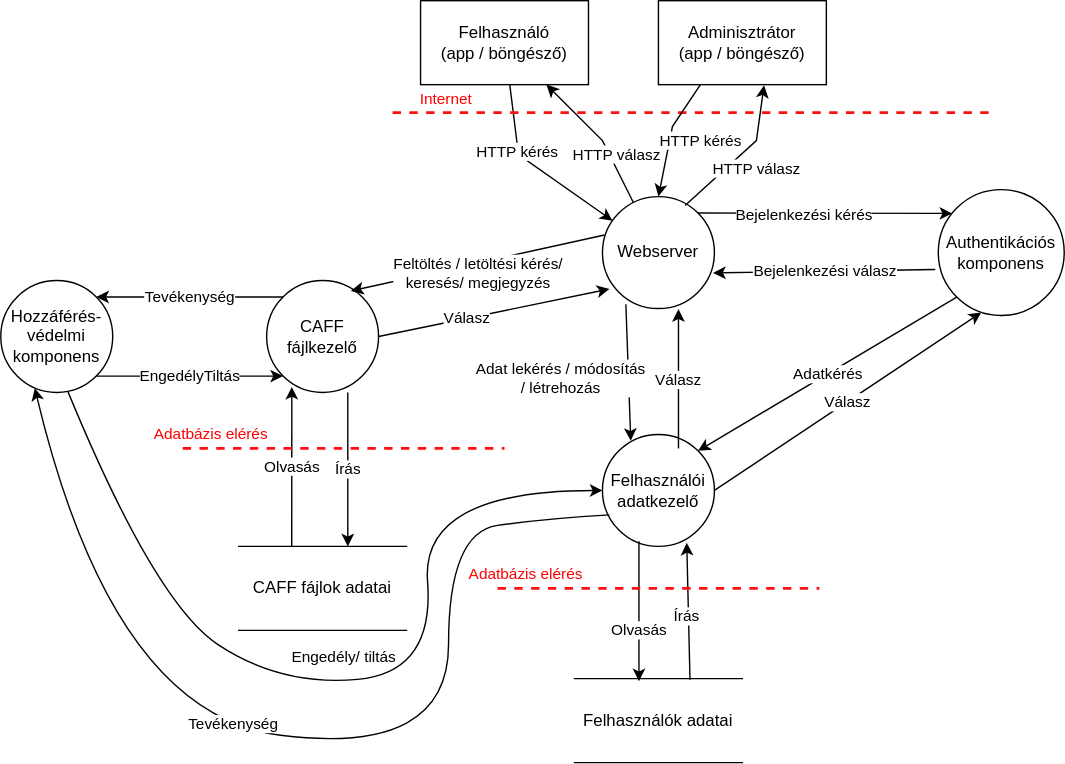
Fylota/hagyma_crysys keeps this draw.io diagram as Pictures/Data_flow_chart_with_Admin.svg. Above is the earlier version. Source tidied: cells renumbered, new cells last; positions are measured from the earlier drawing's top-left corner, leaving out a move shared by most shapes. Source of this version:
```xml
<mxGraphModel>
  <root>
    <mxCell id="0" />
    <mxCell id="1" parent="0" />
    <mxCell id="2" value="Webserver" style="ellipse;whiteSpace=wrap;html=1;fillColor=none;" parent="1" vertex="1">
      <mxGeometry x="430" y="140" width="80" height="80" as="geometry" />
    </mxCell>
    <mxCell id="3" value="Felhasználó&lt;br&gt;(app / böngésző)" style="rounded=0;whiteSpace=wrap;html=1;fillColor=none;" parent="1" vertex="1">
      <mxGeometry x="300" width="120" height="60" as="geometry" />
    </mxCell>
    <mxCell id="4" value="HTTP kérés" style="endArrow=classic;html=1;rounded=0;" parent="1" edge="1" source="3" target="2">
      <mxGeometry x="-0.28" y="-1" relative="1" as="geometry">
        <Array as="points">
          <mxPoint x="370" y="110" />
        </Array>
      </mxGeometry>
    </mxCell>
    <mxCell id="5" value="HTTP válasz" style="endArrow=classic;html=1;rounded=0;" parent="1" edge="1" source="2" target="3">
      <mxGeometry x="-0.32" y="-4" relative="1" as="geometry">
        <Array as="points">
          <mxPoint x="430" y="100" />
        </Array>
        <mxPoint x="1" as="offset" />
      </mxGeometry>
    </mxCell>
    <mxCell id="6" value="Authentikációs komponens" style="ellipse;whiteSpace=wrap;html=1;fillColor=none;" parent="1" vertex="1">
      <mxGeometry x="670" y="135" width="90" height="90" as="geometry" />
    </mxCell>
    <mxCell id="7" style="endArrow=classic;html=1;rounded=0;exitX=1;exitY=0;exitDx=0;exitDy=0;" parent="1" edge="1" source="2">
      <mxGeometry relative="1" as="geometry">
        <mxPoint x="680" y="152" as="targetPoint" />
      </mxGeometry>
    </mxCell>
    <mxCell id="8" value="Bejelenkezési kérés" style="edgeLabel;html=1;align=center;verticalAlign=middle;" parent="7" vertex="1">
      <mxGeometry x="-0.35" y="-1" relative="1" as="geometry">
        <mxPoint x="15" as="offset" />
      </mxGeometry>
    </mxCell>
    <mxCell id="9" value="Bejelenkezési válasz" style="endArrow=classic;html=1;rounded=0;exitX=-0.024;exitY=0.635;exitDx=0;exitDy=0;entryX=0.988;entryY=0.682;entryDx=0;entryDy=0;exitPerimeter=0;entryPerimeter=0;" parent="1" edge="1" source="6" target="2">
      <mxGeometry relative="1" as="geometry" />
    </mxCell>
    <mxCell id="10" value="CAFF fájlkezelő" style="ellipse;whiteSpace=wrap;html=1;fillColor=none;" parent="1" vertex="1">
      <mxGeometry x="190" y="200" width="80" height="80" as="geometry" />
    </mxCell>
    <mxCell id="11" style="endArrow=classic;html=1;rounded=0;entryX=0.753;entryY=0.093;entryDx=0;entryDy=0;exitX=0.018;exitY=0.343;exitDx=0;exitDy=0;exitPerimeter=0;entryPerimeter=0;" parent="1" edge="1" source="2" target="10">
      <mxGeometry relative="1" as="geometry" />
    </mxCell>
    <mxCell id="12" value="Feltöltés / letöltési kérés/ &lt;br&gt;keresés/ megjegyzés" style="edgeLabel;html=1;align=center;verticalAlign=middle;" parent="11" vertex="1">
      <mxGeometry x="0.34" relative="1" as="geometry">
        <mxPoint x="31" as="offset" />
      </mxGeometry>
    </mxCell>
    <mxCell id="13" style="endArrow=classic;html=1;rounded=0;exitX=1;exitY=0.5;exitDx=0;exitDy=0;entryX=0.063;entryY=0.825;entryDx=0;entryDy=0;entryPerimeter=0;" parent="1" edge="1" source="10" target="2">
      <mxGeometry relative="1" as="geometry" />
    </mxCell>
    <mxCell id="14" value="Válasz" style="edgeLabel;html=1;align=center;verticalAlign=middle;" parent="13" vertex="1">
      <mxGeometry x="-0.24" y="1" relative="1" as="geometry" />
    </mxCell>
    <mxCell id="15" value="Írás" style="endArrow=classic;html=1;rounded=0;exitX=0.725;exitY=1;exitDx=0;exitDy=0;exitPerimeter=0;" parent="1" edge="1" source="10">
      <mxGeometry relative="1" as="geometry">
        <mxPoint x="248" y="390" as="targetPoint" />
      </mxGeometry>
    </mxCell>
    <mxCell id="16" value="Olvasás" style="endArrow=classic;html=1;rounded=0;entryX=0.225;entryY=0.95;entryDx=0;entryDy=0;entryPerimeter=0;exitX=0.316;exitY=-0.003;exitDx=0;exitDy=0;exitPerimeter=0;" parent="1" edge="1" source="28" target="10">
      <mxGeometry relative="1" as="geometry" />
    </mxCell>
    <mxCell id="17" value="Hozzáférés-védelmi komponens" style="ellipse;whiteSpace=wrap;html=1;fillColor=none;" parent="1" vertex="1">
      <mxGeometry y="200" width="80" height="80" as="geometry" />
    </mxCell>
    <mxCell id="18" value="Tevékenység" style="endArrow=classic;html=1;rounded=0;exitX=0;exitY=0;exitDx=0;exitDy=0;entryX=1;entryY=0;entryDx=0;entryDy=0;" parent="1" edge="1" source="10" target="17">
      <mxGeometry relative="1" as="geometry" />
    </mxCell>
    <mxCell id="19" value="EngedélyTiltás" style="endArrow=classic;html=1;rounded=0;exitX=1;exitY=1;exitDx=0;exitDy=0;entryX=0;entryY=1;entryDx=0;entryDy=0;" parent="1" edge="1" source="17" target="10">
      <mxGeometry relative="1" as="geometry" />
    </mxCell>
    <mxCell id="20" value="&lt;font color=&quot;#ff0000&quot;&gt;Internet&lt;/font&gt;" style="endArrow=none;dashed=1;html=1;strokeWidth=2;rounded=0;strokeColor=#FF0F0F;" parent="1" edge="1">
      <mxGeometry x="-0.83" y="10" relative="1" as="geometry">
        <mxPoint x="280" y="80" as="sourcePoint" />
        <mxPoint x="710" y="80" as="targetPoint" />
        <Array as="points">
          <mxPoint x="380" y="80" />
        </Array>
      </mxGeometry>
    </mxCell>
    <mxCell id="21" value="&lt;font color=&quot;#000000&quot;&gt;Felhasználói adatkezelő&lt;/font&gt;" style="ellipse;whiteSpace=wrap;html=1;fontColor=#FF0000;fillColor=none;" parent="1" vertex="1">
      <mxGeometry x="430" y="310" width="80" height="80" as="geometry" />
    </mxCell>
    <mxCell id="22" value="Adatkérés" style="endArrow=classic;html=1;rounded=0;strokeColor=#050000;fontColor=#000000;entryX=1;entryY=0;entryDx=0;entryDy=0;exitX=0;exitY=1;exitDx=0;exitDy=0;" parent="1" edge="1" source="6" target="21">
      <mxGeometry relative="1" as="geometry" />
    </mxCell>
    <mxCell id="23" value="Válasz" style="endArrow=classic;html=1;rounded=0;strokeColor=#050000;fontColor=#000000;exitX=1;exitY=0.5;exitDx=0;exitDy=0;entryX=0.342;entryY=0.975;entryDx=0;entryDy=0;entryPerimeter=0;" parent="1" edge="1" source="21" target="6">
      <mxGeometry relative="1" as="geometry" />
    </mxCell>
    <mxCell id="24" value="Válasz" style="endArrow=classic;html=1;rounded=0;strokeColor=#050000;fontColor=#000000;entryX=0.679;entryY=1.005;entryDx=0;entryDy=0;entryPerimeter=0;exitX=0.679;exitY=0.125;exitDx=0;exitDy=0;exitPerimeter=0;" parent="1" edge="1" source="21" target="2">
      <mxGeometry relative="1" as="geometry" />
    </mxCell>
    <mxCell id="25" value="Adat lekérés / módosítás &lt;br&gt;/ létrehozás" style="endArrow=classic;html=1;rounded=0;strokeColor=#050000;fontColor=#000000;exitX=0.209;exitY=0.961;exitDx=0;exitDy=0;exitPerimeter=0;entryX=0.253;entryY=0.057;entryDx=0;entryDy=0;entryPerimeter=0;" parent="1" edge="1" source="2" target="21">
      <mxGeometry x="0.05" y="-49" relative="1" as="geometry" />
    </mxCell>
    <mxCell id="26" value="Olvasás" style="endArrow=classic;html=1;rounded=0;strokeColor=#050000;fontColor=#000000;exitX=0.326;exitY=0.954;exitDx=0;exitDy=0;exitPerimeter=0;entryX=0.384;entryY=0.031;entryDx=0;entryDy=0;entryPerimeter=0;" parent="1" edge="1" source="21" target="29">
      <mxGeometry x="0.27" relative="1" as="geometry" />
    </mxCell>
    <mxCell id="27" value="Írás" style="endArrow=classic;html=1;rounded=0;strokeColor=#050000;fontColor=#000000;entryX=0.753;entryY=0.968;entryDx=0;entryDy=0;entryPerimeter=0;exitX=0.688;exitY=0.012;exitDx=0;exitDy=0;exitPerimeter=0;" parent="1" edge="1" source="29" target="21">
      <mxGeometry x="-0.07" y="1" relative="1" as="geometry">
        <mxPoint y="-1" as="offset" />
      </mxGeometry>
    </mxCell>
    <mxCell id="28" value="CAFF fájlok adatai" style="rounded=0;whiteSpace=wrap;html=1;strokeColor=default;strokeWidth=1;fontColor=#000000;fillColor=none;shape=partialRectangle;left=0;right=0;" parent="1" vertex="1">
      <mxGeometry x="170" y="390" width="120" height="60" as="geometry" />
    </mxCell>
    <mxCell id="29" value="Felhasználók adatai" style="rounded=0;whiteSpace=wrap;html=1;strokeColor=default;strokeWidth=1;fontColor=#000000;fillColor=none;shape=partialRectangle;left=0;right=0;" parent="1" vertex="1">
      <mxGeometry x="410" y="484.5" width="120" height="60" as="geometry" />
    </mxCell>
    <mxCell id="30" value="&lt;font color=&quot;#ff0000&quot;&gt;Adatbázis elérés&lt;/font&gt;" style="endArrow=none;dashed=1;html=1;strokeWidth=2;rounded=0;strokeColor=#FF0F0F;" parent="1" edge="1">
      <mxGeometry x="-0.83" y="10" relative="1" as="geometry">
        <mxPoint x="355" y="420" as="sourcePoint" />
        <mxPoint x="585" y="420" as="targetPoint" />
        <Array as="points">
          <mxPoint x="455" y="420" />
        </Array>
      </mxGeometry>
    </mxCell>
    <mxCell id="31" value="&lt;font color=&quot;#ff0000&quot;&gt;Adatbázis elérés&lt;/font&gt;" style="endArrow=none;dashed=1;html=1;strokeWidth=2;rounded=0;strokeColor=#FF0F0F;" parent="1" edge="1">
      <mxGeometry x="-0.83" y="10" relative="1" as="geometry">
        <mxPoint x="130" y="320" as="sourcePoint" />
        <mxPoint x="360" y="320" as="targetPoint" />
        <Array as="points">
          <mxPoint x="230" y="320" />
        </Array>
      </mxGeometry>
    </mxCell>
    <mxCell id="32" value="Engedély/ tiltás" style="curved=1;endArrow=classic;html=1;rounded=0;strokeColor=#050000;fontColor=#000000;exitX=0.599;exitY=0.99;exitDx=0;exitDy=0;exitPerimeter=0;" parent="1" edge="1" source="17" target="21">
      <mxGeometry x="-0.01" y="17" relative="1" as="geometry">
        <Array as="points">
          <mxPoint x="110" y="430" />
          <mxPoint x="200" y="490" />
          <mxPoint x="310" y="480" />
          <mxPoint x="300" y="350" />
        </Array>
      </mxGeometry>
    </mxCell>
    <mxCell id="33" style="curved=1;endArrow=classic;html=1;rounded=0;strokeColor=#050000;fontColor=#000000;entryX=0.304;entryY=0.961;entryDx=0;entryDy=0;entryPerimeter=0;exitX=0.062;exitY=0.718;exitDx=0;exitDy=0;exitPerimeter=0;" parent="1" edge="1" source="21" target="17">
      <mxGeometry relative="1" as="geometry">
        <Array as="points">
          <mxPoint x="390" y="370" />
          <mxPoint x="320" y="380" />
          <mxPoint x="320" y="540" />
          <mxPoint x="80" y="510" />
        </Array>
      </mxGeometry>
    </mxCell>
    <mxCell id="34" value="Tevékenység" style="edgeLabel;html=1;align=center;verticalAlign=middle;fontColor=#000000;" parent="33" vertex="1">
      <mxGeometry x="0.14" y="-4" relative="1" as="geometry" />
    </mxCell>
    <mxCell id="35" style="edgeStyle=orthogonalEdgeStyle;rounded=0;orthogonalLoop=1;jettySize=auto;html=1;exitX=0.5;exitY=1;exitDx=0;exitDy=0;strokeColor=#050000;fontColor=#000000;" parent="1" edge="1" source="28" target="28">
      <mxGeometry relative="1" as="geometry" />
    </mxCell>
    <mxCell id="36" value="Adminisztrátor&lt;br&gt;(app / böngésző)" style="rounded=0;whiteSpace=wrap;html=1;fillColor=none;" parent="1" vertex="1">
      <mxGeometry x="470" width="120" height="60" as="geometry" />
    </mxCell>
    <mxCell id="37" value="HTTP válasz" style="endArrow=classic;html=1;rounded=0;exitX=0.738;exitY=0.079;exitDx=0;exitDy=0;exitPerimeter=0;entryX=0.629;entryY=1.007;entryDx=0;entryDy=0;entryPerimeter=0;" parent="1" edge="1" source="2" target="36">
      <mxGeometry x="0.02" y="-15" relative="1" as="geometry">
        <Array as="points">
          <mxPoint x="540" y="100" />
        </Array>
      </mxGeometry>
    </mxCell>
    <mxCell id="38" value="HTTP kérés" style="endArrow=classic;html=1;rounded=0;entryX=0.5;entryY=0;entryDx=0;entryDy=0;exitX=0.25;exitY=1;exitDx=0;exitDy=0;" parent="1" edge="1" source="36" target="2">
      <mxGeometry x="-0.04" y="22" relative="1" as="geometry">
        <Array as="points">
          <mxPoint x="480" y="90" />
        </Array>
      </mxGeometry>
    </mxCell>
  </root>
</mxGraphModel>
```
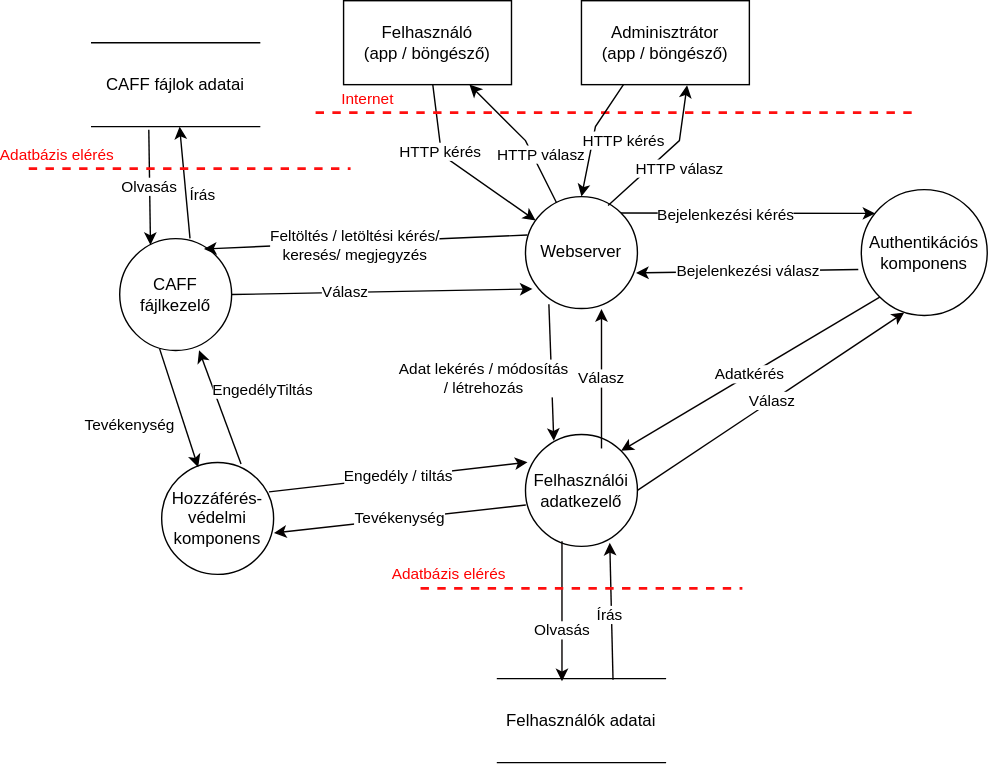
The same diagram one commit later.

Change to the diagram source:
```diff
@@ -40,7 +40,7 @@
       <mxGeometry relative="1" as="geometry" />
     </mxCell>
     <mxCell id="10" value="CAFF fájlkezelő" style="ellipse;whiteSpace=wrap;html=1;fillColor=none;" parent="1" vertex="1">
-      <mxGeometry x="190" y="200" width="80" height="80" as="geometry" />
+      <mxGeometry x="140" y="170" width="80" height="80" as="geometry" />
     </mxCell>
     <mxCell id="11" style="endArrow=classic;html=1;rounded=0;entryX=0.753;entryY=0.093;entryDx=0;entryDy=0;exitX=0.018;exitY=0.343;exitDx=0;exitDy=0;exitPerimeter=0;entryPerimeter=0;" parent="1" edge="1" source="2" target="10">
       <mxGeometry relative="1" as="geometry" />
@@ -56,22 +56,22 @@
     <mxCell id="14" value="Válasz" style="edgeLabel;html=1;align=center;verticalAlign=middle;" parent="13" vertex="1">
       <mxGeometry x="-0.24" y="1" relative="1" as="geometry" />
     </mxCell>
-    <mxCell id="15" value="Írás" style="endArrow=classic;html=1;rounded=0;exitX=0.725;exitY=1;exitDx=0;exitDy=0;exitPerimeter=0;" parent="1" edge="1" source="10">
-      <mxGeometry relative="1" as="geometry">
-        <mxPoint x="248" y="390" as="targetPoint" />
+    <mxCell id="15" value="Írás" style="endArrow=classic;html=1;rounded=0;exitX=0.628;exitY=-0.002;exitDx=0;exitDy=0;exitPerimeter=0;" parent="1" edge="1" source="10" target="28">
+      <mxGeometry x="-0.28" y="-12" relative="1" as="geometry">
+        <mxPoint y="-1" as="offset" />
       </mxGeometry>
     </mxCell>
-    <mxCell id="16" value="Olvasás" style="endArrow=classic;html=1;rounded=0;entryX=0.225;entryY=0.95;entryDx=0;entryDy=0;entryPerimeter=0;exitX=0.316;exitY=-0.003;exitDx=0;exitDy=0;exitPerimeter=0;" parent="1" edge="1" source="28" target="10">
+    <mxCell id="16" value="Olvasás" style="endArrow=classic;html=1;rounded=0;exitX=0.34;exitY=1.036;exitDx=0;exitDy=0;exitPerimeter=0;entryX=0.275;entryY=0.057;entryDx=0;entryDy=0;entryPerimeter=0;" parent="1" edge="1" source="28" target="10">
       <mxGeometry relative="1" as="geometry" />
     </mxCell>
     <mxCell id="17" value="Hozzáférés-védelmi komponens" style="ellipse;whiteSpace=wrap;html=1;fillColor=none;" parent="1" vertex="1">
-      <mxGeometry y="200" width="80" height="80" as="geometry" />
+      <mxGeometry x="170" y="330" width="80" height="80" as="geometry" />
     </mxCell>
-    <mxCell id="18" value="Tevékenység" style="endArrow=classic;html=1;rounded=0;exitX=0;exitY=0;exitDx=0;exitDy=0;entryX=1;entryY=0;entryDx=0;entryDy=0;" parent="1" edge="1" source="10" target="17">
-      <mxGeometry relative="1" as="geometry" />
+    <mxCell id="18" value="Tevékenység" style="endArrow=classic;html=1;rounded=0;exitX=0.356;exitY=0.983;exitDx=0;exitDy=0;entryX=0.326;entryY=0.042;entryDx=0;entryDy=0;exitPerimeter=0;entryPerimeter=0;" parent="1" edge="1" source="10" target="17">
+      <mxGeometry x="0.01" y="-37" relative="1" as="geometry" />
     </mxCell>
-    <mxCell id="19" value="EngedélyTiltás" style="endArrow=classic;html=1;rounded=0;exitX=1;exitY=1;exitDx=0;exitDy=0;entryX=0;entryY=1;entryDx=0;entryDy=0;" parent="1" edge="1" source="17" target="10">
-      <mxGeometry relative="1" as="geometry" />
+    <mxCell id="19" value="EngedélyTiltás" style="endArrow=classic;html=1;rounded=0;exitX=0.709;exitY=0.013;exitDx=0;exitDy=0;entryX=0.709;entryY=0.998;entryDx=0;entryDy=0;entryPerimeter=0;exitPerimeter=0;" parent="1" edge="1" source="17" target="10">
+      <mxGeometry x="0.01" y="-33" relative="1" as="geometry" />
     </mxCell>
     <mxCell id="20" value="&lt;font color=&quot;#ff0000&quot;&gt;Internet&lt;/font&gt;" style="endArrow=none;dashed=1;html=1;strokeWidth=2;rounded=0;strokeColor=#FF0F0F;" parent="1" edge="1">
       <mxGeometry x="-0.83" y="10" relative="1" as="geometry">
@@ -106,7 +106,7 @@
       </mxGeometry>
     </mxCell>
     <mxCell id="28" value="CAFF fájlok adatai" style="rounded=0;whiteSpace=wrap;html=1;strokeColor=default;strokeWidth=1;fontColor=#000000;fillColor=none;shape=partialRectangle;left=0;right=0;" parent="1" vertex="1">
-      <mxGeometry x="170" y="390" width="120" height="60" as="geometry" />
+      <mxGeometry x="120" y="30" width="120" height="60" as="geometry" />
     </mxCell>
     <mxCell id="29" value="Felhasználók adatai" style="rounded=0;whiteSpace=wrap;html=1;strokeColor=default;strokeWidth=1;fontColor=#000000;fillColor=none;shape=partialRectangle;left=0;right=0;" parent="1" vertex="1">
       <mxGeometry x="410" y="484.5" width="120" height="60" as="geometry" />
@@ -122,36 +122,13 @@
     </mxCell>
     <mxCell id="31" value="&lt;font color=&quot;#ff0000&quot;&gt;Adatbázis elérés&lt;/font&gt;" style="endArrow=none;dashed=1;html=1;strokeWidth=2;rounded=0;strokeColor=#FF0F0F;" parent="1" edge="1">
       <mxGeometry x="-0.83" y="10" relative="1" as="geometry">
-        <mxPoint x="130" y="320" as="sourcePoint" />
-        <mxPoint x="360" y="320" as="targetPoint" />
+        <mxPoint x="75" y="120" as="sourcePoint" />
+        <mxPoint x="305" y="120" as="targetPoint" />
         <Array as="points">
-          <mxPoint x="230" y="320" />
+          <mxPoint x="175" y="120" />
         </Array>
       </mxGeometry>
     </mxCell>
-    <mxCell id="32" value="Engedély/ tiltás" style="curved=1;endArrow=classic;html=1;rounded=0;strokeColor=#050000;fontColor=#000000;exitX=0.599;exitY=0.99;exitDx=0;exitDy=0;exitPerimeter=0;" parent="1" edge="1" source="17" target="21">
-      <mxGeometry x="-0.01" y="17" relative="1" as="geometry">
-        <Array as="points">
-          <mxPoint x="110" y="430" />
-          <mxPoint x="200" y="490" />
-          <mxPoint x="310" y="480" />
-          <mxPoint x="300" y="350" />
-        </Array>
-      </mxGeometry>
-    </mxCell>
-    <mxCell id="33" style="curved=1;endArrow=classic;html=1;rounded=0;strokeColor=#050000;fontColor=#000000;entryX=0.304;entryY=0.961;entryDx=0;entryDy=0;entryPerimeter=0;exitX=0.062;exitY=0.718;exitDx=0;exitDy=0;exitPerimeter=0;" parent="1" edge="1" source="21" target="17">
-      <mxGeometry relative="1" as="geometry">
-        <Array as="points">
-          <mxPoint x="390" y="370" />
-          <mxPoint x="320" y="380" />
-          <mxPoint x="320" y="540" />
-          <mxPoint x="80" y="510" />
-        </Array>
-      </mxGeometry>
-    </mxCell>
-    <mxCell id="34" value="Tevékenység" style="edgeLabel;html=1;align=center;verticalAlign=middle;fontColor=#000000;" parent="33" vertex="1">
-      <mxGeometry x="0.14" y="-4" relative="1" as="geometry" />
-    </mxCell>
     <mxCell id="35" style="edgeStyle=orthogonalEdgeStyle;rounded=0;orthogonalLoop=1;jettySize=auto;html=1;exitX=0.5;exitY=1;exitDx=0;exitDy=0;strokeColor=#050000;fontColor=#000000;" parent="1" edge="1" source="28" target="28">
       <mxGeometry relative="1" as="geometry" />
     </mxCell>
@@ -172,5 +149,11 @@
         </Array>
       </mxGeometry>
     </mxCell>
+    <mxCell id="32" value="Engedély / tiltás" style="endArrow=classic;html=1;rounded=0;strokeColor=#050000;fontColor=#000000;entryX=0.018;entryY=0.248;entryDx=0;entryDy=0;entryPerimeter=0;exitX=0.959;exitY=0.263;exitDx=0;exitDy=0;exitPerimeter=0;" parent="1" edge="1" source="17" target="21">
+      <mxGeometry relative="1" as="geometry" />
+    </mxCell>
+    <mxCell id="34" value="Tevékenység" style="endArrow=classic;html=1;rounded=0;strokeColor=#050000;fontColor=#000000;entryX=1.003;entryY=0.63;entryDx=0;entryDy=0;entryPerimeter=0;exitX=0.003;exitY=0.63;exitDx=0;exitDy=0;exitPerimeter=0;" parent="1" edge="1" source="21" target="17">
+      <mxGeometry relative="1" as="geometry" />
+    </mxCell>
   </root>
 </mxGraphModel>
```
